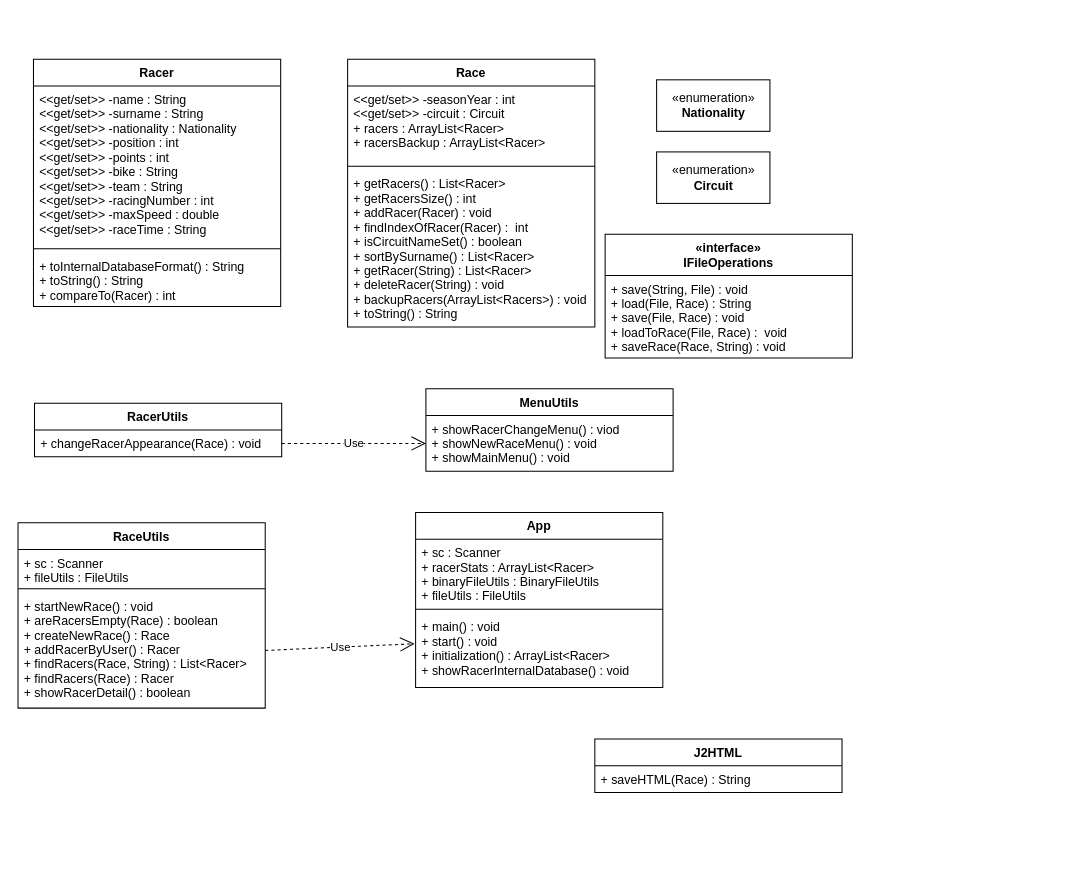
JakubStepanek/2122ALG2-Stepanek-RaceResults keeps this draw.io diagram as Untitled Diagram.drawio. Above is the earlier version. Source tidied: cells renumbered, new cells numbered last; positions are measured from the earlier drawing's top-left corner, leaving out a move shared by most shapes. Both pictures are drawn from the tidied source at 103%, with x=0, y=0 at pixel (18, 59).
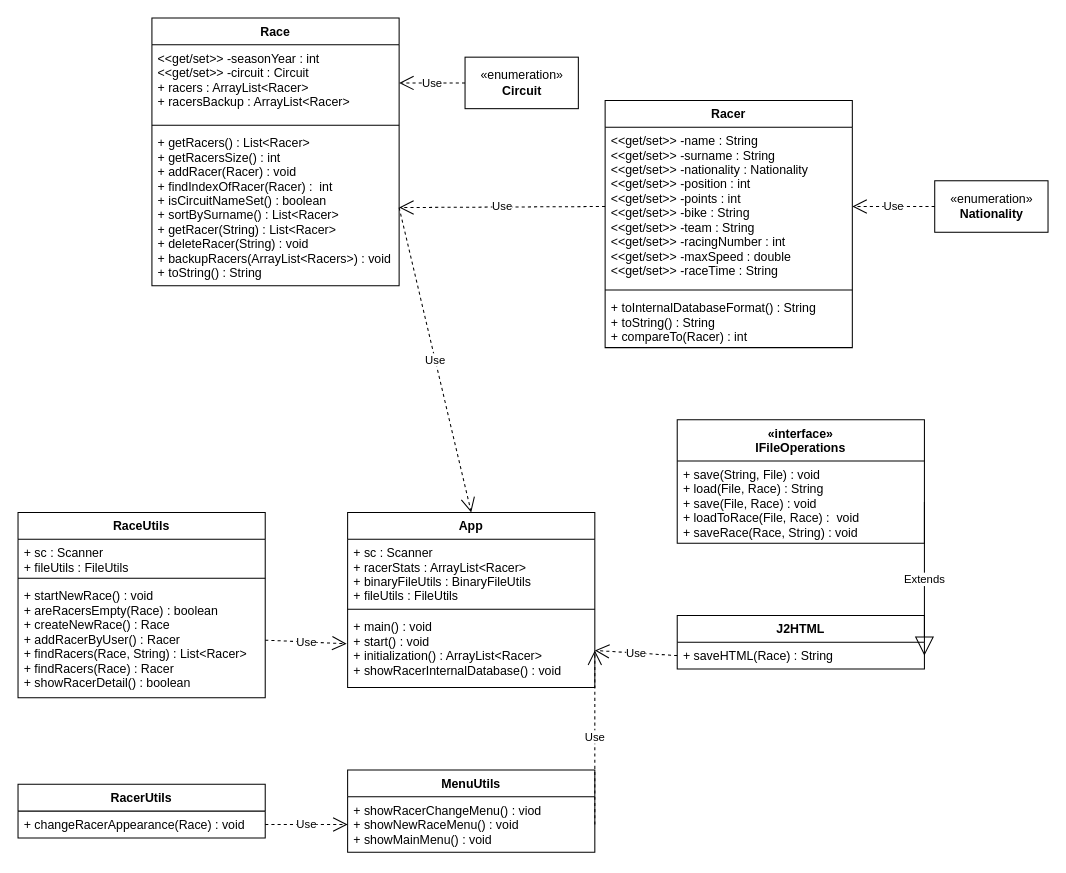
The same diagram, later.

Commit message:
UML diagram

Unchanged cells that the change refers to:
```xml
<mxCell id="3" value="&lt;&lt;get/set&gt;&gt; -name : String&#10;&lt;&lt;get/set&gt;&gt; -surname : String&#10;&lt;&lt;get/set&gt;&gt; -nationality : Nationality&#10;&lt;&lt;get/set&gt;&gt; -position : int&#10;&lt;&lt;get/set&gt;&gt; -points : int&#10;&lt;&lt;get/set&gt;&gt; -bike : String&#10;&lt;&lt;get/set&gt;&gt; -team : String&#10;&lt;&lt;get/set&gt;&gt; -racingNumber : int&#10;&lt;&lt;get/set&gt;&gt; -maxSpeed : double&#10;&lt;&lt;get/set&gt;&gt; -raceTime : String" style="text;strokeColor=none;fillColor=none;align=left;verticalAlign=top;spacingLeft=4;spacingRight=4;overflow=hidden;points=[[0,0.5],[1,0.5]];portConstraint=eastwest;" parent="2" vertex="1">
  <mxGeometry y="26" width="240" height="154" as="geometry" />
</mxCell>
<mxCell id="7" value="&lt;&lt;get/set&gt;&gt; -seasonYear : int&#10;&lt;&lt;get/set&gt;&gt; -circuit : Circuit&#10;+ racers : ArrayList&lt;Racer&gt;&#10;+ racersBackup : ArrayList&lt;Racer&gt;&#10;&#10;" style="text;strokeColor=none;fillColor=none;align=left;verticalAlign=top;spacingLeft=4;spacingRight=4;overflow=hidden;points=[[0,0.5],[1,0.5]];portConstraint=eastwest;" parent="6" vertex="1">
  <mxGeometry y="26" width="240" height="74" as="geometry" />
</mxCell>
<mxCell id="9" value="+ getRacers() : List&lt;Racer&gt;&#10;+ getRacersSize() : int&#10;+ addRacer(Racer) : void&#10;+ findIndexOfRacer(Racer) :  int&#10;+ isCircuitNameSet() : boolean&#10;+ sortBySurname() : List&lt;Racer&gt;&#10;+ getRacer(String) : List&lt;Racer&gt;&#10;+ deleteRacer(String) : void&#10;+ backupRacers(ArrayList&lt;Racers&gt;) : void &#10;+ toString() : String&#10;" style="text;strokeColor=none;fillColor=none;align=left;verticalAlign=top;spacingLeft=4;spacingRight=4;overflow=hidden;points=[[0,0.5],[1,0.5]];portConstraint=eastwest;" parent="6" vertex="1">
  <mxGeometry y="108" width="240" height="152" as="geometry" />
</mxCell>
<mxCell id="13" value="+ save(String, File) : void&#10;+ load(File, Race) : String&#10;+ save(File, Race) : void&#10;+ loadToRace(File, Race) :  void&#10;+ saveRace(Race, String) : void" style="text;strokeColor=none;fillColor=none;align=left;verticalAlign=top;spacingLeft=4;spacingRight=4;overflow=hidden;points=[[0,0.5],[1,0.5]];portConstraint=eastwest;" parent="12" vertex="1">
  <mxGeometry y="40" width="240" height="80" as="geometry" />
</mxCell>
<mxCell id="17" value="+ main() : void&#10;+ start() : void&#10;+ initialization() : ArrayList&lt;Racer&gt;&#10;+ showRacerInternalDatabase() : void" style="text;strokeColor=none;fillColor=none;align=left;verticalAlign=top;spacingLeft=4;spacingRight=4;overflow=hidden;points=[[0,0.5],[1,0.5]];portConstraint=eastwest;" parent="14" vertex="1">
  <mxGeometry y="98" width="240" height="72" as="geometry" />
</mxCell>
<mxCell id="19" value="+ saveHTML(Race) : String" style="text;strokeColor=none;fillColor=none;align=left;verticalAlign=top;spacingLeft=4;spacingRight=4;overflow=hidden;points=[[0,0.5],[1,0.5]];portConstraint=eastwest;" parent="18" vertex="1">
  <mxGeometry y="26" width="240" height="26" as="geometry" />
</mxCell>
<mxCell id="21" value="+ showRacerChangeMenu() : viod&#10;+ showNewRaceMenu() : void&#10;+ showMainMenu() : void" style="text;strokeColor=none;fillColor=none;align=left;verticalAlign=top;spacingLeft=4;spacingRight=4;overflow=hidden;points=[[0,0.5],[1,0.5]];portConstraint=eastwest;" parent="20" vertex="1">
  <mxGeometry y="26" width="240" height="54" as="geometry" />
</mxCell>
```

Change to the diagram source:
```diff
@@
     <mxCell id="2" value="Racer" style="swimlane;fontStyle=1;align=center;verticalAlign=top;horizontal=1;startSize=26;" parent="1" vertex="1">
-      <mxGeometry x="15" width="240" height="240" as="geometry" />
+      <mxGeometry x="570" y="40" width="240" height="240" as="geometry" />
     </mxCell>
@@
     <mxCell id="6" value="Race" style="swimlane;fontStyle=1;align=center;verticalAlign=top;horizontal=1;startSize=26;" parent="1" vertex="1">
-      <mxGeometry x="320" width="240" height="260" as="geometry" />
+      <mxGeometry x="130" y="-40" width="240" height="260" as="geometry" />
     </mxCell>
@@
     <mxCell id="10" value="«enumeration»&lt;br&gt;&lt;b&gt;Nationality&lt;/b&gt;" style="html=1;" parent="1" vertex="1">
-      <mxGeometry x="620" y="20" width="110" height="50" as="geometry" />
+      <mxGeometry x="890" y="118" width="110" height="50" as="geometry" />
     </mxCell>
     <mxCell id="11" value="«enumeration»&lt;br&gt;&lt;b&gt;Circuit&lt;/b&gt;" style="html=1;" parent="1" vertex="1">
-      <mxGeometry x="620" y="90" width="110" height="50" as="geometry" />
+      <mxGeometry x="434" y="-2" width="110" height="50" as="geometry" />
     </mxCell>
     <mxCell id="12" value="«interface»&#10;IFileOperations" style="swimlane;fontStyle=1;align=center;verticalAlign=top;horizontal=1;startSize=40;" parent="1" vertex="1">
-      <mxGeometry x="570" y="170" width="240" height="120" as="geometry" />
+      <mxGeometry x="640" y="350" width="240" height="120" as="geometry" />
     </mxCell>
@@
     <mxCell id="14" value="App" style="swimlane;fontStyle=1;align=center;verticalAlign=top;horizontal=1;startSize=26;" parent="1" vertex="1">
-      <mxGeometry x="386" y="440" width="240" height="170" as="geometry" />
+      <mxGeometry x="320" y="440" width="240" height="170" as="geometry" />
     </mxCell>
@@
     <mxCell id="18" value="J2HTML" style="swimlane;fontStyle=1;align=center;verticalAlign=top;horizontal=1;startSize=26;" parent="1" vertex="1">
-      <mxGeometry x="560" y="660" width="240" height="52" as="geometry" />
+      <mxGeometry x="640" y="540" width="240" height="52" as="geometry" />
     </mxCell>
@@
     <mxCell id="20" value="MenuUtils" style="swimlane;fontStyle=1;align=center;verticalAlign=top;horizontal=1;startSize=26;" parent="1" vertex="1">
-      <mxGeometry x="396" y="320" width="240" height="80" as="geometry" />
+      <mxGeometry x="320" y="690" width="240" height="80" as="geometry" />
     </mxCell>
@@
     <mxCell id="22" value="RaceUtils" style="swimlane;fontStyle=1;align=center;verticalAlign=top;horizontal=1;startSize=26;" parent="1" vertex="1">
-      <mxGeometry y="450" width="240" height="180" as="geometry" />
+      <mxGeometry y="440" width="240" height="180" as="geometry" />
     </mxCell>
@@
     <mxCell id="26" value="RacerUtils" style="swimlane;fontStyle=1;align=center;verticalAlign=top;horizontal=1;startSize=26;" parent="1" vertex="1">
-      <mxGeometry x="16" y="334" width="240" height="52" as="geometry" />
+      <mxGeometry y="704" width="240" height="52" as="geometry" />
     </mxCell>
@@
+    <mxCell id="30" value="Use" style="endArrow=open;endSize=12;dashed=1;html=1;rounded=0;exitX=0;exitY=0.5;exitDx=0;exitDy=0;entryX=1;entryY=0.5;entryDx=0;entryDy=0;" parent="1" edge="1" source="19" target="17">
+      <mxGeometry relative="1" as="geometry" />
+    </mxCell>
+    <mxCell id="31" value="Use" style="endArrow=open;endSize=12;dashed=1;html=1;rounded=0;exitX=1;exitY=0.5;exitDx=0;exitDy=0;entryX=1;entryY=0.5;entryDx=0;entryDy=0;" parent="1" edge="1" source="21" target="17">
+      <mxGeometry relative="1" as="geometry" />
+    </mxCell>
+    <mxCell id="32" value="Use" style="endArrow=open;endSize=12;dashed=1;html=1;rounded=0;exitX=0;exitY=0.5;exitDx=0;exitDy=0;entryX=1;entryY=0.5;entryDx=0;entryDy=0;" parent="1" edge="1" source="11" target="7">
+      <mxGeometry relative="1" as="geometry" />
+    </mxCell>
+    <mxCell id="33" value="Use" style="endArrow=open;endSize=12;dashed=1;html=1;rounded=0;exitX=0;exitY=0.5;exitDx=0;exitDy=0;entryX=1;entryY=0.5;entryDx=0;entryDy=0;" parent="1" edge="1" source="10" target="3">
+      <mxGeometry relative="1" as="geometry" />
+    </mxCell>
+    <mxCell id="34" value="Use" style="endArrow=open;endSize=12;dashed=1;html=1;rounded=0;exitX=0;exitY=0.5;exitDx=0;exitDy=0;entryX=1;entryY=0.5;entryDx=0;entryDy=0;" parent="1" edge="1" source="3" target="9">
+      <mxGeometry relative="1" as="geometry" />
+    </mxCell>
+    <mxCell id="35" value="Use" style="endArrow=open;endSize=12;dashed=1;html=1;rounded=0;exitX=1;exitY=0.5;exitDx=0;exitDy=0;entryX=0.5;entryY=0;entryDx=0;entryDy=0;" parent="1" edge="1" source="9" target="14">
+      <mxGeometry relative="1" as="geometry" />
+    </mxCell>
+    <mxCell id="36" value="Extends" style="endArrow=block;endSize=16;endFill=0;html=1;rounded=0;exitX=1;exitY=0.5;exitDx=0;exitDy=0;entryX=1;entryY=0.5;entryDx=0;entryDy=0;" parent="1" edge="1" source="13" target="19">
+      <mxGeometry relative="1" as="geometry" />
+    </mxCell>
```
